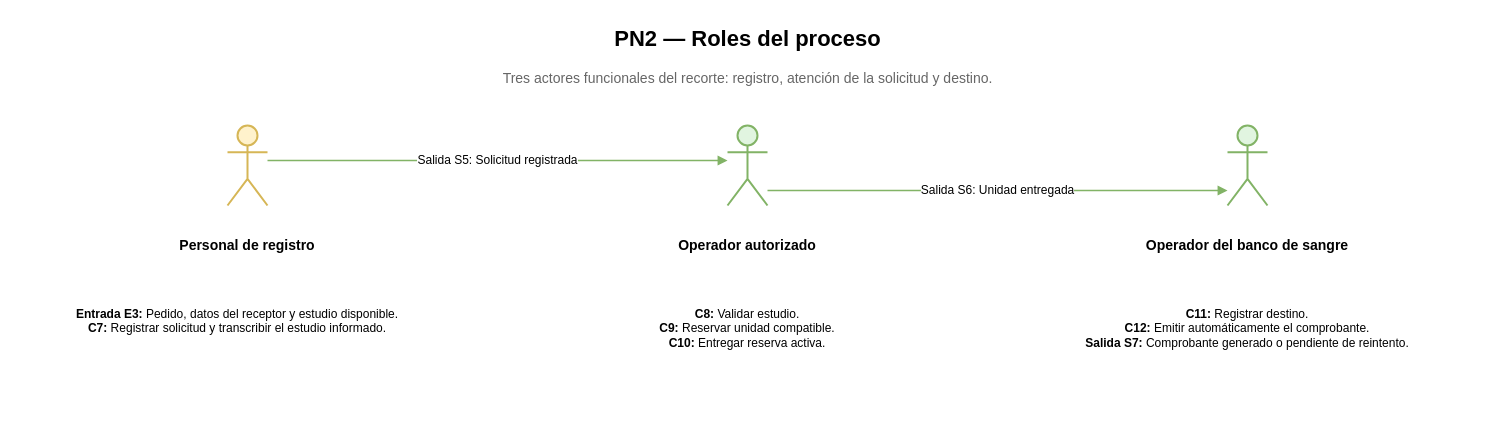
juanNH/Ingenieria-de-Software keeps this draw.io diagram as Diagramas/Secuencia de Roles/PN2_DiagramaRoles.drawio. Above is the earlier version. Source tidied: cells renumbered, new cells numbered last; positions are measured from the earlier drawing's top-left corner, leaving out a move shared by most shapes. Both pictures are drawn from the tidied source at 100%, with x=0, y=0 at pixel (17, 17).
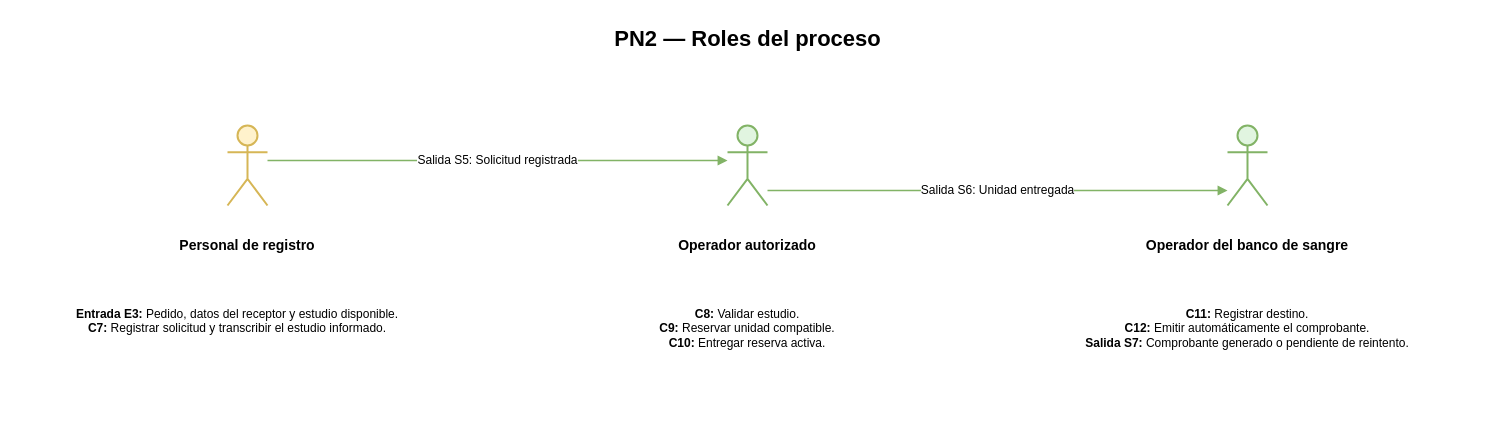
After the change.

The edit, as a diff of the source:
```diff
@@
 <mxGraphModel>
   <root>
     <mxCell id="0" />
     <mxCell id="1" parent="0" />
     <mxCell id="2" value="PN2 — Roles del proceso" style="text;html=1;strokeColor=none;fillColor=none;fontStyle=1;fontSize=22;align=center;verticalAlign=middle;fontFamily=Arial;" parent="1" vertex="1">
       <mxGeometry x="50" width="1360" height="44" as="geometry" />
     </mxCell>
-    <mxCell id="3" value="Tres actores funcionales del recorte: registro, atención de la solicitud y destino." style="text;html=1;strokeColor=none;fillColor=none;fontSize=14;align=center;verticalAlign=middle;fontColor=#666666;fontFamily=Arial;" parent="1" vertex="1">
-      <mxGeometry x="110" y="46" width="1240" height="30" as="geometry" />
-    </mxCell>
     <mxCell id="4" style="shape=umlActor;html=1;fillColor=#fff2cc;strokeColor=#d6b656;strokeWidth=2;" parent="1" vertex="1">
       <mxGeometry x="210" y="108" width="40" height="80" as="geometry" />
     </mxCell>
     <mxCell id="5" style="shape=umlActor;html=1;fillColor=#e1f5e0;strokeColor=#82b366;strokeWidth=2;" parent="1" vertex="1">
       <mxGeometry x="710" y="108" width="40" height="80" as="geometry" />
     </mxCell>
     <mxCell id="6" value="&lt;b&gt;Personal de registro&lt;/b&gt;" style="text;html=1;strokeColor=none;fillColor=none;fontSize=14;fontFamily=Arial;align=center;verticalAlign=top;whiteSpace=wrap;" parent="1" vertex="1">
       <mxGeometry x="90" y="213" width="280" height="38" as="geometry" />
     </mxCell>
     <mxCell id="7" value="&lt;b&gt;Operador autorizado&lt;/b&gt;" style="text;html=1;strokeColor=none;fillColor=none;fontSize=14;fontFamily=Arial;align=center;verticalAlign=top;whiteSpace=wrap;" parent="1" vertex="1">
       <mxGeometry x="580" y="213" width="300" height="38" as="geometry" />
     </mxCell>
     <mxCell id="8" style="shape=umlActor;html=1;fillColor=#e1f5e0;strokeColor=#82b366;strokeWidth=2;" parent="1" vertex="1">
       <mxGeometry x="1210" y="108" width="40" height="80" as="geometry" />
     </mxCell>
     <mxCell id="9" value="&lt;b&gt;Operador del banco de sangre&lt;/b&gt;" style="text;html=1;strokeColor=none;fillColor=none;fontSize=14;fontFamily=Arial;align=center;verticalAlign=top;whiteSpace=wrap;" parent="1" vertex="1">
       <mxGeometry x="1080" y="213" width="300" height="38" as="geometry" />
     </mxCell>
     <mxCell id="10" value="Salida S5: Solicitud registrada" style="edgeStyle=orthogonalEdgeStyle;rounded=0;html=1;endArrow=block;endFill=1;strokeColor=#82b366;strokeWidth=1.5;fontSize=12;fontFamily=Arial;labelBackgroundColor=#ffffff;" parent="1" edge="1">
       <mxGeometry relative="1" as="geometry">
         <mxPoint x="250" y="143" as="sourcePoint" />
         <mxPoint x="710" y="143" as="targetPoint" />
       </mxGeometry>
     </mxCell>
     <mxCell id="11" value="Salida S6: Unidad entregada" style="edgeStyle=orthogonalEdgeStyle;rounded=0;html=1;endArrow=block;endFill=1;strokeColor=#82b366;strokeWidth=1.5;fontSize=12;fontFamily=Arial;labelBackgroundColor=#ffffff;" parent="1" edge="1">
       <mxGeometry relative="1" as="geometry">
         <mxPoint x="750" y="173" as="sourcePoint" />
         <mxPoint x="1210" y="173" as="targetPoint" />
       </mxGeometry>
     </mxCell>
     <mxCell id="12" value="&lt;b&gt;Entrada E3:&lt;/b&gt; Pedido, datos del receptor y estudio disponible.&lt;br&gt;&lt;b&gt;C7:&lt;/b&gt; Registrar solicitud y transcribir el estudio informado." style="text;html=1;strokeColor=none;fillColor=none;fontSize=12;fontFamily=Arial;align=center;verticalAlign=top;whiteSpace=wrap;" parent="1" vertex="1">
       <mxGeometry y="283" width="440" height="110" as="geometry" />
     </mxCell>
     <mxCell id="13" value="&lt;b&gt;C8:&lt;/b&gt; Validar estudio.&lt;br&gt;&lt;b&gt;C9:&lt;/b&gt; Reservar unidad compatible.&lt;br&gt;&lt;b&gt;C10:&lt;/b&gt; Entregar reserva activa." style="text;html=1;strokeColor=none;fillColor=none;fontSize=12;fontFamily=Arial;align=center;verticalAlign=top;whiteSpace=wrap;" parent="1" vertex="1">
       <mxGeometry x="500" y="283" width="460" height="110" as="geometry" />
     </mxCell>
     <mxCell id="14" value="&lt;b&gt;C11:&lt;/b&gt; Registrar destino.&lt;br&gt;&lt;b&gt;C12:&lt;/b&gt; Emitir automáticamente el comprobante.&lt;br&gt;&lt;b&gt;Salida S7:&lt;/b&gt; Comprobante generado o pendiente de reintento." style="text;html=1;strokeColor=none;fillColor=none;fontSize=12;fontFamily=Arial;align=center;verticalAlign=top;whiteSpace=wrap;" parent="1" vertex="1">
       <mxGeometry x="990" y="283" width="480" height="110" as="geometry" />
     </mxCell>
   </root>
 </mxGraphModel>
```
